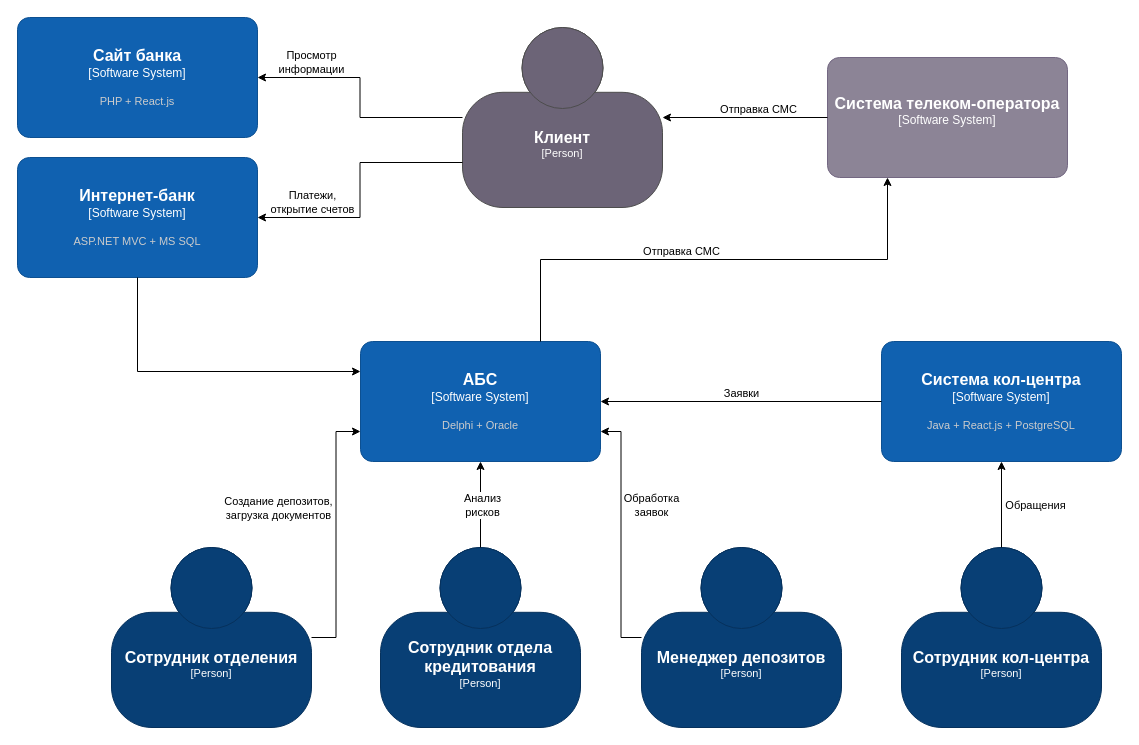
Before: page "integrations-as-is" (2 of 6) of diagrams.drawio in kmaslov/architecture-standart, a draw.io diagram. Source tidied: cells renumbered, new cells numbered last; positions are measured from the earlier drawing's top-left corner, leaving out a move shared by most shapes. Both pictures are drawn from the tidied source at 100%, with x=0, y=0 at pixel (17, 17).
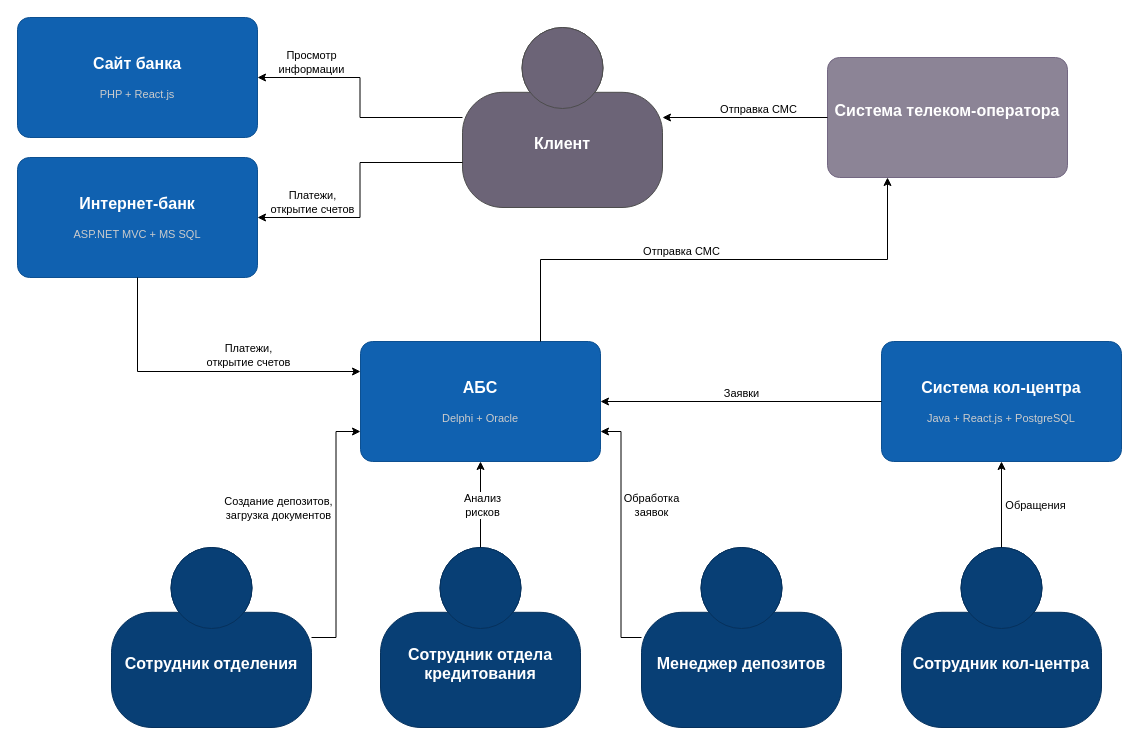
The same diagram, later.

The change refers to these unchanged cells:
```xml
<mxCell id="30" style="edgeStyle=orthogonalEdgeStyle;rounded=0;jettySize=auto;html=1;exitX=0.5;exitY=1;exitDx=0;exitDy=0;exitPerimeter=0;entryX=0;entryY=0.25;entryDx=0;entryDy=0;entryPerimeter=0;" parent="1" edge="1" source="12" target="6">
  <mxGeometry relative="1" as="geometry" />
</mxCell>
```

Change to the diagram source:
```diff
@@
-    <object id="2" label="&lt;font style=&quot;font-size: 16px&quot;&gt;&lt;b&gt;%c4Name%&lt;/b&gt;&lt;/font&gt;&lt;div&gt;[%c4Type%]&lt;/div&gt;&lt;br&gt;&lt;div&gt;&lt;font style=&quot;font-size: 11px&quot;&gt;&lt;font color=&quot;#cccccc&quot;&gt;%c4Description%&lt;/font&gt;&lt;/div&gt;" c4Description="" c4Name="Сотрудник отдела кредитования" c4Type="Person" placeholders="1">
+    <object id="2" label="&lt;font style=&quot;font-size: 16px&quot;&gt;&lt;b&gt;%c4Name%&lt;/b&gt;&lt;/font&gt;&lt;div&gt;&lt;/div&gt;&lt;br&gt;&lt;div&gt;&lt;font style=&quot;font-size: 11px&quot;&gt;&lt;font color=&quot;#cccccc&quot;&gt;%c4Description%&lt;/font&gt;&lt;/div&gt;" c4Description="" c4Name="Сотрудник отдела кредитования" placeholders="1">
       <mxCell style="html=1;fontSize=11;dashed=0;whiteSpace=wrap;fillColor=#083F75;strokeColor=#06315C;fontColor=#ffffff;shape=mxgraph.c4.person2;align=center;points=[[0.5,0,0],[1,0.5,0],[1,0.75,0],[0.75,1,0],[0.5,1,0],[0.25,1,0],[0,0.75,0],[0,0.5,0]];" parent="1" vertex="1">
         <mxGeometry x="363" y="530" width="200" height="180" as="geometry" />
       </mxCell>
     </object>
-    <object id="3" label="&lt;font style=&quot;font-size: 16px&quot;&gt;&lt;b&gt;%c4Name%&lt;/b&gt;&lt;/font&gt;&lt;div&gt;[%c4Type%]&lt;/div&gt;&lt;br&gt;&lt;div&gt;&lt;font style=&quot;font-size: 11px&quot;&gt;&lt;font color=&quot;#cccccc&quot;&gt;%c4Description%&lt;/font&gt;&lt;/div&gt;" c4Description="" c4Name="Сотрудник кол-центра" c4Type="Person" placeholders="1">
+    <object id="3" label="&lt;font style=&quot;font-size: 16px&quot;&gt;&lt;b&gt;%c4Name%&lt;/b&gt;&lt;/font&gt;&lt;div&gt;&lt;/div&gt;&lt;br&gt;&lt;div&gt;&lt;font style=&quot;font-size: 11px&quot;&gt;&lt;font color=&quot;#cccccc&quot;&gt;%c4Description%&lt;/font&gt;&lt;/div&gt;" c4Description="" c4Name="Сотрудник кол-центра" placeholders="1">
       <mxCell style="html=1;fontSize=11;dashed=0;whiteSpace=wrap;fillColor=#083F75;strokeColor=#06315C;fontColor=#ffffff;shape=mxgraph.c4.person2;align=center;points=[[0.5,0,0],[1,0.5,0],[1,0.75,0],[0.75,1,0],[0.5,1,0],[0.25,1,0],[0,0.75,0],[0,0.5,0]];" parent="1" vertex="1">
         <mxGeometry x="884" y="530" width="200" height="180" as="geometry" />
       </mxCell>
     </object>
-    <object id="4" label="&lt;font style=&quot;font-size: 16px&quot;&gt;&lt;b&gt;%c4Name%&lt;/b&gt;&lt;/font&gt;&lt;div&gt;[%c4Type%]&lt;/div&gt;&lt;br&gt;&lt;div&gt;&lt;font style=&quot;font-size: 11px&quot;&gt;&lt;font color=&quot;#cccccc&quot;&gt;%c4Description%&lt;/font&gt;&lt;/div&gt;" c4Description="" c4Name="Менеджер депозитов" c4Type="Person" placeholders="1">
+    <object id="4" label="&lt;font style=&quot;font-size: 16px&quot;&gt;&lt;b&gt;%c4Name%&lt;/b&gt;&lt;/font&gt;&lt;div&gt;&lt;/div&gt;&lt;br&gt;&lt;div&gt;&lt;font style=&quot;font-size: 11px&quot;&gt;&lt;font color=&quot;#cccccc&quot;&gt;%c4Description%&lt;/font&gt;&lt;/div&gt;" c4Description="" c4Name="Менеджер депозитов" placeholders="1">
       <mxCell style="html=1;fontSize=11;dashed=0;whiteSpace=wrap;fillColor=#083F75;strokeColor=#06315C;fontColor=#ffffff;shape=mxgraph.c4.person2;align=center;points=[[0.5,0,0],[1,0.5,0],[1,0.75,0],[0.75,1,0],[0.5,1,0],[0.25,1,0],[0,0.75,0],[0,0.5,0]];" parent="1" vertex="1">
         <mxGeometry x="624" y="530" width="200" height="180" as="geometry" />
       </mxCell>
     </object>
-    <object id="5" label="&lt;font style=&quot;font-size: 16px&quot;&gt;&lt;b&gt;%c4Name%&lt;/b&gt;&lt;/font&gt;&lt;div&gt;[%c4Type%]&lt;/div&gt;&lt;br&gt;&lt;div&gt;&lt;font style=&quot;font-size: 11px&quot;&gt;&lt;font color=&quot;#cccccc&quot;&gt;%c4Description%&lt;/font&gt;&lt;/div&gt;" c4Description="" c4Name="Сотрудник отделения" c4Type="Person" placeholders="1">
+    <object id="5" label="&lt;font style=&quot;font-size: 16px&quot;&gt;&lt;b&gt;%c4Name%&lt;/b&gt;&lt;/font&gt;&lt;div&gt;&lt;/div&gt;&lt;br&gt;&lt;div&gt;&lt;font style=&quot;font-size: 11px&quot;&gt;&lt;font color=&quot;#cccccc&quot;&gt;%c4Description%&lt;/font&gt;&lt;/div&gt;" c4Description="" c4Name="Сотрудник отделения" placeholders="1">
       <mxCell style="html=1;fontSize=11;dashed=0;whiteSpace=wrap;fillColor=#083F75;strokeColor=#06315C;fontColor=#ffffff;shape=mxgraph.c4.person2;align=center;points=[[0.5,0,0],[1,0.5,0],[1,0.75,0],[0.75,1,0],[0.5,1,0],[0.25,1,0],[0,0.75,0],[0,0.5,0]];" parent="1" vertex="1">
         <mxGeometry x="94" y="530" width="200" height="180" as="geometry" />
       </mxCell>
     </object>
-    <object id="6" label="&lt;font style=&quot;font-size: 16px&quot;&gt;&lt;b&gt;%c4Name%&lt;/b&gt;&lt;/font&gt;&lt;div&gt;[%c4Type%]&lt;/div&gt;&lt;br&gt;&lt;div&gt;&lt;font style=&quot;font-size: 11px&quot;&gt;&lt;font color=&quot;#cccccc&quot;&gt;%c4Description%&lt;/font&gt;&lt;/div&gt;" c4Description="Delphi + Oracle" c4Name="АБС" c4Type="Software System" placeholders="1">
+    <object id="6" label="&lt;font style=&quot;font-size: 16px&quot;&gt;&lt;b&gt;%c4Name%&lt;/b&gt;&lt;/font&gt;&lt;div&gt;&lt;/div&gt;&lt;br&gt;&lt;div&gt;&lt;font style=&quot;font-size: 11px&quot;&gt;&lt;font color=&quot;#cccccc&quot;&gt;%c4Description%&lt;/font&gt;&lt;/div&gt;" c4Description="Delphi + Oracle" c4Name="АБС" placeholders="1">
       <mxCell style="rounded=1;whiteSpace=wrap;html=1;labelBackgroundColor=none;fillColor=#1061B0;fontColor=#ffffff;align=center;arcSize=10;strokeColor=#0D5091;points=[[0.25,0,0],[0.5,0,0],[0.75,0,0],[1,0.25,0],[1,0.5,0],[1,0.75,0],[0.75,1,0],[0.5,1,0],[0.25,1,0],[0,0.75,0],[0,0.5,0],[0,0.25,0]];" parent="1" vertex="1">
         <mxGeometry x="343" y="324" width="240" height="120" as="geometry" />
       </mxCell>
     </object>
-    <object id="7" label="&lt;font style=&quot;font-size: 16px&quot;&gt;&lt;b&gt;%c4Name%&lt;/b&gt;&lt;/font&gt;&lt;div&gt;[%c4Type%]&lt;/div&gt;&lt;br&gt;&lt;div&gt;&lt;font style=&quot;font-size: 11px&quot;&gt;&lt;font color=&quot;#cccccc&quot;&gt;%c4Description%&lt;/font&gt;&lt;/div&gt;" c4Description="Java + React.js + PostgreSQL" c4Name="Система кол-центра" c4Type="Software System" placeholders="1">
+    <object id="7" label="&lt;font style=&quot;font-size: 16px&quot;&gt;&lt;b&gt;%c4Name%&lt;/b&gt;&lt;/font&gt;&lt;div&gt;&lt;/div&gt;&lt;br&gt;&lt;div&gt;&lt;font style=&quot;font-size: 11px&quot;&gt;&lt;font color=&quot;#cccccc&quot;&gt;%c4Description%&lt;/font&gt;&lt;/div&gt;" c4Description="Java + React.js + PostgreSQL" c4Name="Система кол-центра" placeholders="1">
       <mxCell style="rounded=1;whiteSpace=wrap;html=1;labelBackgroundColor=none;fillColor=#1061B0;fontColor=#ffffff;align=center;arcSize=10;strokeColor=#0D5091;points=[[0.25,0,0],[0.5,0,0],[0.75,0,0],[1,0.25,0],[1,0.5,0],[1,0.75,0],[0.75,1,0],[0.5,1,0],[0.25,1,0],[0,0.75,0],[0,0.5,0],[0,0.25,0]];" parent="1" vertex="1">
         <mxGeometry x="864" y="324" width="240" height="120" as="geometry" />
       </mxCell>
     </object>
-    <object id="8" label="&lt;font style=&quot;font-size: 16px&quot;&gt;&lt;b&gt;%c4Name%&lt;/b&gt;&lt;/font&gt;&lt;div&gt;[%c4Type%]&lt;/div&gt;&lt;br&gt;&lt;div&gt;&lt;font style=&quot;font-size: 11px&quot;&gt;&lt;font color=&quot;#cccccc&quot;&gt;%c4Description%&lt;/font&gt;&lt;/div&gt;" c4Description="" c4Name="Система телеком-оператора" c4Type="Software System" placeholders="1">
+    <object id="8" label="&lt;font style=&quot;font-size: 16px&quot;&gt;&lt;b&gt;%c4Name%&lt;/b&gt;&lt;/font&gt;&lt;div&gt;&lt;/div&gt;&lt;br&gt;&lt;div&gt;&lt;font style=&quot;font-size: 11px&quot;&gt;&lt;font color=&quot;#cccccc&quot;&gt;%c4Description%&lt;/font&gt;&lt;/div&gt;" c4Description="" c4Name="Система телеком-оператора" placeholders="1">
       <mxCell style="rounded=1;whiteSpace=wrap;html=1;labelBackgroundColor=none;fillColor=#8C8496;fontColor=#ffffff;align=center;arcSize=10;strokeColor=#736782;points=[[0.25,0,0],[0.5,0,0],[0.75,0,0],[1,0.25,0],[1,0.5,0],[1,0.75,0],[0.75,1,0],[0.5,1,0],[0.25,1,0],[0,0.75,0],[0,0.5,0],[0,0.25,0]];" parent="1" vertex="1">
         <mxGeometry x="810" y="40" width="240" height="120" as="geometry" />
       </mxCell>
     </object>
@@
-    <object id="11" label="&lt;font style=&quot;font-size: 16px&quot;&gt;&lt;b&gt;%c4Name%&lt;/b&gt;&lt;/font&gt;&lt;div&gt;[%c4Type%]&lt;/div&gt;&lt;br&gt;&lt;div&gt;&lt;font style=&quot;font-size: 11px&quot;&gt;&lt;font color=&quot;#cccccc&quot;&gt;%c4Description%&lt;/font&gt;&lt;/div&gt;" c4Description="" c4Name="Клиент" c4Type="Person" placeholders="1">
+    <object id="11" label="&lt;font style=&quot;font-size: 16px&quot;&gt;&lt;b&gt;%c4Name%&lt;/b&gt;&lt;/font&gt;&lt;div&gt;&lt;/div&gt;&lt;br&gt;&lt;div&gt;&lt;font style=&quot;font-size: 11px&quot;&gt;&lt;font color=&quot;#cccccc&quot;&gt;%c4Description%&lt;/font&gt;&lt;/div&gt;" c4Description="" c4Name="Клиент" placeholders="1">
       <mxCell style="html=1;fontSize=11;dashed=0;whiteSpace=wrap;fillColor=#6C6477;strokeColor=#4D4D4D;fontColor=#ffffff;shape=mxgraph.c4.person2;align=center;points=[[0.5,0,0],[1,0.5,0],[1,0.75,0],[0.75,1,0],[0.5,1,0],[0.25,1,0],[0,0.75,0],[0,0.5,0]];" parent="1" vertex="1">
         <mxGeometry x="445" y="10" width="200" height="180" as="geometry" />
       </mxCell>
     </object>
-    <object id="12" label="&lt;font style=&quot;font-size: 16px&quot;&gt;&lt;b&gt;%c4Name%&lt;/b&gt;&lt;/font&gt;&lt;div&gt;[%c4Type%]&lt;/div&gt;&lt;br&gt;&lt;div&gt;&lt;font style=&quot;font-size: 11px&quot;&gt;&lt;font color=&quot;#cccccc&quot;&gt;%c4Description%&lt;/font&gt;&lt;/div&gt;" c4Description="ASP.NET MVC + MS SQL" c4Name="Интернет-банк" c4Type="Software System" placeholders="1">
+    <object id="12" label="&lt;font style=&quot;font-size: 16px&quot;&gt;&lt;b&gt;%c4Name%&lt;/b&gt;&lt;/font&gt;&lt;div&gt;&lt;/div&gt;&lt;br&gt;&lt;div&gt;&lt;font style=&quot;font-size: 11px&quot;&gt;&lt;font color=&quot;#cccccc&quot;&gt;%c4Description%&lt;/font&gt;&lt;/div&gt;" c4Description="ASP.NET MVC + MS SQL" c4Name="Интернет-банк" placeholders="1">
       <mxCell style="rounded=1;whiteSpace=wrap;html=1;labelBackgroundColor=none;fillColor=#1061B0;fontColor=#ffffff;align=center;arcSize=10;strokeColor=#0D5091;points=[[0.25,0,0],[0.5,0,0],[0.75,0,0],[1,0.25,0],[1,0.5,0],[1,0.75,0],[0.75,1,0],[0.5,1,0],[0.25,1,0],[0,0.75,0],[0,0.5,0],[0,0.25,0]];" parent="1" vertex="1">
         <mxGeometry y="140" width="240" height="120" as="geometry" />
       </mxCell>
     </object>
-    <object id="13" label="&lt;font style=&quot;font-size: 16px&quot;&gt;&lt;b&gt;%c4Name%&lt;/b&gt;&lt;/font&gt;&lt;div&gt;[%c4Type%]&lt;/div&gt;&lt;br&gt;&lt;div&gt;&lt;font style=&quot;font-size: 11px&quot;&gt;&lt;font color=&quot;#cccccc&quot;&gt;%c4Description%&lt;/font&gt;&lt;/div&gt;" c4Description="PHP + React.js" c4Name="Сайт банка" c4Type="Software System" placeholders="1">
+    <object id="13" label="&lt;font style=&quot;font-size: 16px&quot;&gt;&lt;b&gt;%c4Name%&lt;/b&gt;&lt;/font&gt;&lt;div&gt;&lt;/div&gt;&lt;br&gt;&lt;div&gt;&lt;font style=&quot;font-size: 11px&quot;&gt;&lt;font color=&quot;#cccccc&quot;&gt;%c4Description%&lt;/font&gt;&lt;/div&gt;" c4Description="PHP + React.js" c4Name="Сайт банка" placeholders="1">
       <mxCell style="rounded=1;whiteSpace=wrap;html=1;labelBackgroundColor=none;fillColor=#1061B0;fontColor=#ffffff;align=center;arcSize=10;strokeColor=#0D5091;points=[[0.25,0,0],[0.5,0,0],[0.75,0,0],[1,0.25,0],[1,0.5,0],[1,0.75,0],[0.75,1,0],[0.5,1,0],[0.25,1,0],[0,0.75,0],[0,0.5,0],[0,0.25,0]];" parent="1" vertex="1">
         <mxGeometry width="240" height="120" as="geometry" />
       </mxCell>
     </object>
@@
+    <mxCell id="31" value="Платежи,&lt;br&gt;открытие счетов" style="edgeLabel;html=1;align=center;verticalAlign=middle;" parent="30" vertex="1">
+      <mxGeometry x="-0.73" y="-1" relative="1" as="geometry">
+        <mxPoint x="111" y="34" as="offset" />
+      </mxGeometry>
+    </mxCell>
```
